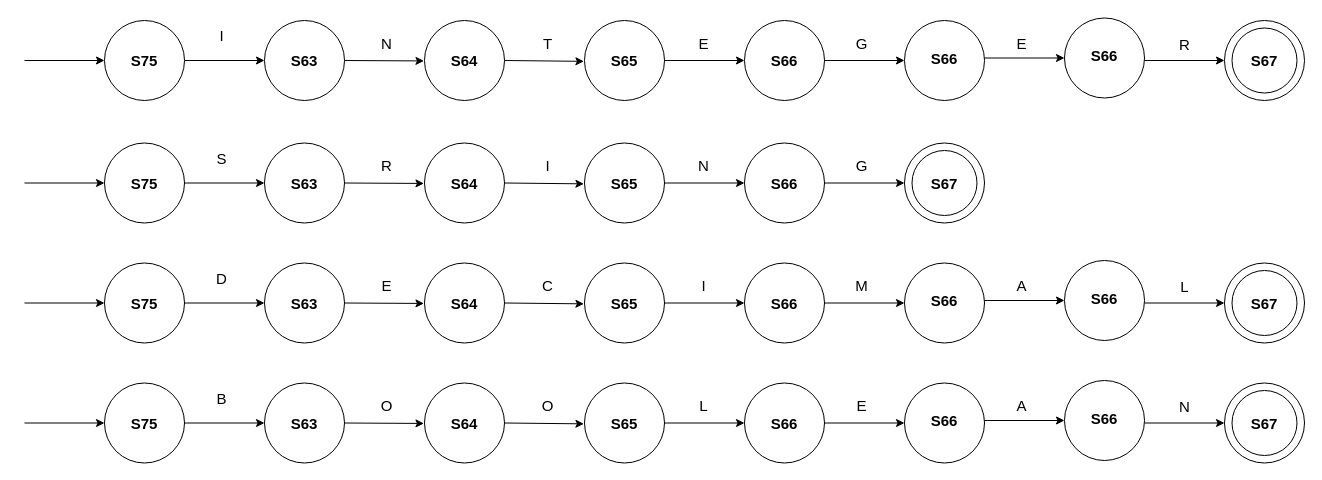
This is dataType.drawio from MonaJea-Ng/Projects, a draw.io file, before an edit. Source tidied: cells renumbered, new cells numbered last; positions are measured from the earlier drawing's top-left corner, leaving out a move shared by most shapes. Both pictures are drawn from the tidied source at 100%, with x=0, y=0 at pixel (24, 18).
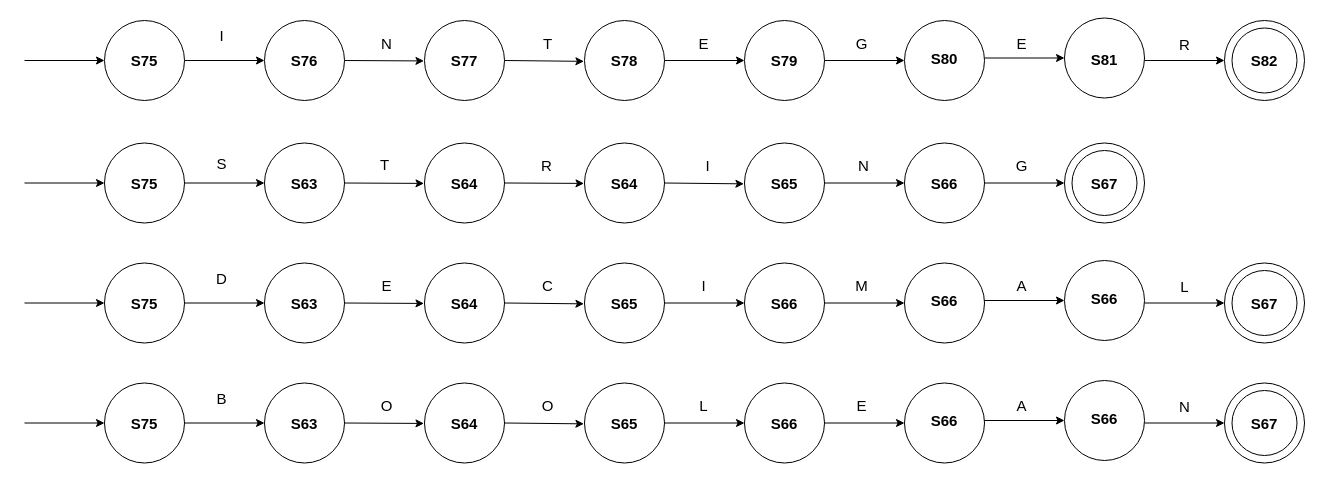
After the change.

What changed in the source:
```diff
@@
-    <mxCell id="6" value="&lt;b style=&quot;font-size: 15px;&quot;&gt;S65&lt;/b&gt;" style="text;html=1;strokeColor=none;fillColor=none;align=center;verticalAlign=middle;whiteSpace=wrap;rounded=0;fontSize=15;" parent="1" vertex="1">
+    <mxCell id="6" value="&lt;b style=&quot;font-size: 15px;&quot;&gt;S78&lt;/b&gt;" style="text;html=1;strokeColor=none;fillColor=none;align=center;verticalAlign=middle;whiteSpace=wrap;rounded=0;fontSize=15;" parent="1" vertex="1">
       <mxGeometry x="570" y="27" width="60" height="30" as="geometry" />
     </mxCell>
-    <mxCell id="7" value="&lt;b&gt;&lt;font style=&quot;font-size: 15px;&quot;&gt;S66&lt;/font&gt;&lt;/b&gt;" style="text;html=1;strokeColor=none;fillColor=none;align=center;verticalAlign=middle;whiteSpace=wrap;rounded=0;" parent="1" vertex="1">
+    <mxCell id="7" value="&lt;b&gt;&lt;font style=&quot;font-size: 15px;&quot;&gt;S79&lt;/font&gt;&lt;/b&gt;" style="text;html=1;strokeColor=none;fillColor=none;align=center;verticalAlign=middle;whiteSpace=wrap;rounded=0;" parent="1" vertex="1">
       <mxGeometry x="730" y="27" width="60" height="30" as="geometry" />
     </mxCell>
@@
-    <mxCell id="12" value="&lt;b&gt;&lt;font style=&quot;font-size: 15px;&quot;&gt;S67&lt;/font&gt;&lt;/b&gt;" style="text;html=1;strokeColor=none;fillColor=none;align=center;verticalAlign=middle;whiteSpace=wrap;rounded=0;" parent="1" vertex="1">
+    <mxCell id="12" value="&lt;b&gt;&lt;font style=&quot;font-size: 15px;&quot;&gt;S82&lt;/font&gt;&lt;/b&gt;" style="text;html=1;strokeColor=none;fillColor=none;align=center;verticalAlign=middle;whiteSpace=wrap;rounded=0;" parent="1" vertex="1">
       <mxGeometry x="1210" y="27" width="60" height="30" as="geometry" />
     </mxCell>
@@
-    <mxCell id="16" value="&lt;b style=&quot;font-size: 15px;&quot;&gt;S64&lt;/b&gt;" style="text;html=1;strokeColor=none;fillColor=none;align=center;verticalAlign=middle;whiteSpace=wrap;rounded=0;fontSize=15;" parent="1" vertex="1">
+    <mxCell id="16" value="&lt;b style=&quot;font-size: 15px;&quot;&gt;S77&lt;/b&gt;" style="text;html=1;strokeColor=none;fillColor=none;align=center;verticalAlign=middle;whiteSpace=wrap;rounded=0;fontSize=15;" parent="1" vertex="1">
       <mxGeometry x="410" y="27" width="60" height="30" as="geometry" />
     </mxCell>
@@
-    <mxCell id="19" value="&lt;b style=&quot;font-size: 15px;&quot;&gt;S63&lt;/b&gt;" style="text;html=1;strokeColor=none;fillColor=none;align=center;verticalAlign=middle;whiteSpace=wrap;rounded=0;fontSize=15;" parent="1" vertex="1">
+    <mxCell id="19" value="&lt;b style=&quot;font-size: 15px;&quot;&gt;S76&lt;/b&gt;" style="text;html=1;strokeColor=none;fillColor=none;align=center;verticalAlign=middle;whiteSpace=wrap;rounded=0;fontSize=15;" parent="1" vertex="1">
       <mxGeometry x="250" y="27" width="60" height="30" as="geometry" />
     </mxCell>
@@
-    <mxCell id="28" value="&lt;b&gt;&lt;font style=&quot;font-size: 15px;&quot;&gt;S66&lt;/font&gt;&lt;/b&gt;" style="text;html=1;strokeColor=none;fillColor=none;align=center;verticalAlign=middle;whiteSpace=wrap;rounded=0;" parent="1" vertex="1">
+    <mxCell id="28" value="&lt;b&gt;&lt;font style=&quot;font-size: 15px;&quot;&gt;S80&lt;/font&gt;&lt;/b&gt;" style="text;html=1;strokeColor=none;fillColor=none;align=center;verticalAlign=middle;whiteSpace=wrap;rounded=0;" parent="1" vertex="1">
       <mxGeometry x="890" y="27" width="60" height="25" as="geometry" />
     </mxCell>
@@
-    <mxCell id="32" value="&lt;b&gt;&lt;font style=&quot;font-size: 15px;&quot;&gt;S66&lt;/font&gt;&lt;/b&gt;" style="text;html=1;strokeColor=none;fillColor=none;align=center;verticalAlign=middle;whiteSpace=wrap;rounded=0;" parent="1" vertex="1">
-      <mxGeometry x="1050" y="24.5" width="60" height="25" as="geometry" />
+    <mxCell id="32" value="&lt;b&gt;&lt;font style=&quot;font-size: 15px;&quot;&gt;S81&lt;/font&gt;&lt;/b&gt;" style="text;html=1;strokeColor=none;fillColor=none;align=center;verticalAlign=middle;whiteSpace=wrap;rounded=0;" parent="1" vertex="1">
+      <mxGeometry x="1050" y="28.5" width="60" height="25" as="geometry" />
     </mxCell>
@@
     <mxCell id="34" style="ellipse;whiteSpace=wrap;html=1;" parent="1" vertex="1">
-      <mxGeometry x="720" y="124.5" width="80" height="80" as="geometry" />
+      <mxGeometry x="880" y="124.5" width="80" height="80" as="geometry" />
     </mxCell>
     <mxCell id="35" style="ellipse;whiteSpace=wrap;html=1;" parent="1" vertex="1">
-      <mxGeometry x="560" y="124.5" width="80" height="80" as="geometry" />
+      <mxGeometry x="720" y="124.5" width="80" height="80" as="geometry" />
     </mxCell>
@@
     <mxCell id="38" value="&lt;b style=&quot;font-size: 15px;&quot;&gt;S65&lt;/b&gt;" style="text;html=1;strokeColor=none;fillColor=none;align=center;verticalAlign=middle;whiteSpace=wrap;rounded=0;fontSize=15;" parent="1" vertex="1">
-      <mxGeometry x="570" y="149.5" width="60" height="30" as="geometry" />
+      <mxGeometry x="730" y="149.5" width="60" height="30" as="geometry" />
     </mxCell>
     <mxCell id="39" value="&lt;b&gt;&lt;font style=&quot;font-size: 15px;&quot;&gt;S66&lt;/font&gt;&lt;/b&gt;" style="text;html=1;strokeColor=none;fillColor=none;align=center;verticalAlign=middle;whiteSpace=wrap;rounded=0;" parent="1" vertex="1">
-      <mxGeometry x="730" y="149.5" width="60" height="30" as="geometry" />
+      <mxGeometry x="890" y="149.5" width="60" height="30" as="geometry" />
     </mxCell>
     <mxCell id="40" value="N" style="text;html=1;strokeColor=none;fillColor=none;align=center;verticalAlign=middle;whiteSpace=wrap;rounded=0;fontSize=15;" parent="1" vertex="1">
-      <mxGeometry x="627" y="132" width="105" height="30" as="geometry" />
+      <mxGeometry x="787" y="132" width="105" height="30" as="geometry" />
     </mxCell>
     <mxCell id="41" style="ellipse;whiteSpace=wrap;html=1;" parent="1" vertex="1">
-      <mxGeometry x="880" y="124.5" width="80" height="80" as="geometry" />
+      <mxGeometry x="1040" y="124.5" width="80" height="80" as="geometry" />
     </mxCell>
     <mxCell id="42" style="ellipse;whiteSpace=wrap;html=1;" parent="1" vertex="1">
-      <mxGeometry x="887.5" y="132" width="65" height="65" as="geometry" />
+      <mxGeometry x="1047.5" y="132" width="65" height="65" as="geometry" />
     </mxCell>
     <mxCell id="43" value="&lt;b&gt;&lt;font style=&quot;font-size: 15px;&quot;&gt;S67&lt;/font&gt;&lt;/b&gt;" style="text;html=1;strokeColor=none;fillColor=none;align=center;verticalAlign=middle;whiteSpace=wrap;rounded=0;" parent="1" vertex="1">
-      <mxGeometry x="890" y="149.5" width="60" height="30" as="geometry" />
+      <mxGeometry x="1050" y="149.5" width="60" height="30" as="geometry" />
     </mxCell>
     <mxCell id="44" style="ellipse;whiteSpace=wrap;html=1;" parent="1" vertex="1">
-      <mxGeometry x="400" y="124.5" width="80" height="80" as="geometry" />
+      <mxGeometry x="560" y="124.5" width="80" height="80" as="geometry" />
     </mxCell>
-    <mxCell id="45" style="endArrow=classic;html=1;rounded=0;entryX=0.852;entryY=1.098;entryDx=0;entryDy=0;entryPerimeter=0;" parent="1" edge="1" target="50">
+    <mxCell id="45" style="endArrow=classic;html=1;rounded=0;entryX=0.852;entryY=1.098;entryDx=0;entryDy=0;entryPerimeter=0;" parent="1" edge="1">
       <mxGeometry relative="1" as="geometry">
-        <mxPoint x="320" y="164.5" as="sourcePoint" />
+        <mxPoint x="480" y="164.5" as="sourcePoint" />
+        <mxPoint x="559.5" y="164.9" as="targetPoint" />
       </mxGeometry>
     </mxCell>
     <mxCell id="46" value="&lt;b style=&quot;font-size: 15px;&quot;&gt;S64&lt;/b&gt;" style="text;html=1;strokeColor=none;fillColor=none;align=center;verticalAlign=middle;whiteSpace=wrap;rounded=0;fontSize=15;" parent="1" vertex="1">
-      <mxGeometry x="410" y="149.5" width="60" height="30" as="geometry" />
+      <mxGeometry x="570" y="149.5" width="60" height="30" as="geometry" />
     </mxCell>
     <mxCell id="47" value="I" style="text;html=1;strokeColor=none;fillColor=none;align=center;verticalAlign=middle;whiteSpace=wrap;rounded=0;fontSize=15;" parent="1" vertex="1">
-      <mxGeometry x="471" y="132" width="105" height="30" as="geometry" />
+      <mxGeometry x="631" y="132" width="105" height="30" as="geometry" />
     </mxCell>
@@
-    <mxCell id="50" value="R" style="text;html=1;strokeColor=none;fillColor=none;align=center;verticalAlign=middle;whiteSpace=wrap;rounded=0;fontSize=15;" parent="1" vertex="1">
-      <mxGeometry x="310" y="132" width="105" height="30" as="geometry" />
+    <mxCell id="50" value="T" style="text;html=1;strokeColor=none;fillColor=none;align=center;verticalAlign=middle;whiteSpace=wrap;rounded=0;fontSize=15;" parent="1" vertex="1">
+      <mxGeometry x="308" y="131" width="105" height="30" as="geometry" />
     </mxCell>
@@
     <mxCell id="55" value="S" style="text;html=1;strokeColor=none;fillColor=none;align=center;verticalAlign=middle;whiteSpace=wrap;rounded=0;fontSize=15;" parent="1" vertex="1">
-      <mxGeometry x="145" y="124.5" width="105" height="30" as="geometry" />
+      <mxGeometry x="145" y="129.5" width="105" height="30" as="geometry" />
     </mxCell>
     <mxCell id="56" style="endArrow=classic;html=1;rounded=0;entryX=0;entryY=0.5;entryDx=0;entryDy=0;exitX=1;exitY=0.5;exitDx=0;exitDy=0;" parent="1" edge="1">
       <mxGeometry relative="1" as="geometry">
-        <mxPoint x="800" y="164.5" as="sourcePoint" />
-        <mxPoint x="880" y="164.5" as="targetPoint" />
+        <mxPoint x="960" y="164.5" as="sourcePoint" />
+        <mxPoint x="1040" y="164.5" as="targetPoint" />
       </mxGeometry>
     </mxCell>
     <mxCell id="57" value="G" style="text;html=1;strokeColor=none;fillColor=none;align=center;verticalAlign=middle;whiteSpace=wrap;rounded=0;fontSize=15;" parent="1" vertex="1">
-      <mxGeometry x="785" y="132" width="105" height="30" as="geometry" />
+      <mxGeometry x="945" y="132" width="105" height="30" as="geometry" />
     </mxCell>
@@
+    <mxCell id="122" style="ellipse;whiteSpace=wrap;html=1;" parent="1" vertex="1">
+      <mxGeometry x="400" y="124.5" width="80" height="80" as="geometry" />
+    </mxCell>
+    <mxCell id="123" style="endArrow=classic;html=1;rounded=0;entryX=0.852;entryY=1.098;entryDx=0;entryDy=0;entryPerimeter=0;" parent="1" edge="1">
+      <mxGeometry relative="1" as="geometry">
+        <mxPoint x="320" y="164.5" as="sourcePoint" />
+        <mxPoint x="399.5" y="164.9" as="targetPoint" />
+      </mxGeometry>
+    </mxCell>
+    <mxCell id="124" value="&lt;b style=&quot;font-size: 15px;&quot;&gt;S64&lt;/b&gt;" style="text;html=1;strokeColor=none;fillColor=none;align=center;verticalAlign=middle;whiteSpace=wrap;rounded=0;fontSize=15;" parent="1" vertex="1">
+      <mxGeometry x="410" y="149.5" width="60" height="30" as="geometry" />
+    </mxCell>
+    <mxCell id="125" value="R" style="text;html=1;strokeColor=none;fillColor=none;align=center;verticalAlign=middle;whiteSpace=wrap;rounded=0;fontSize=15;" parent="1" vertex="1">
+      <mxGeometry x="470" y="132" width="105" height="30" as="geometry" />
+    </mxCell>
```
